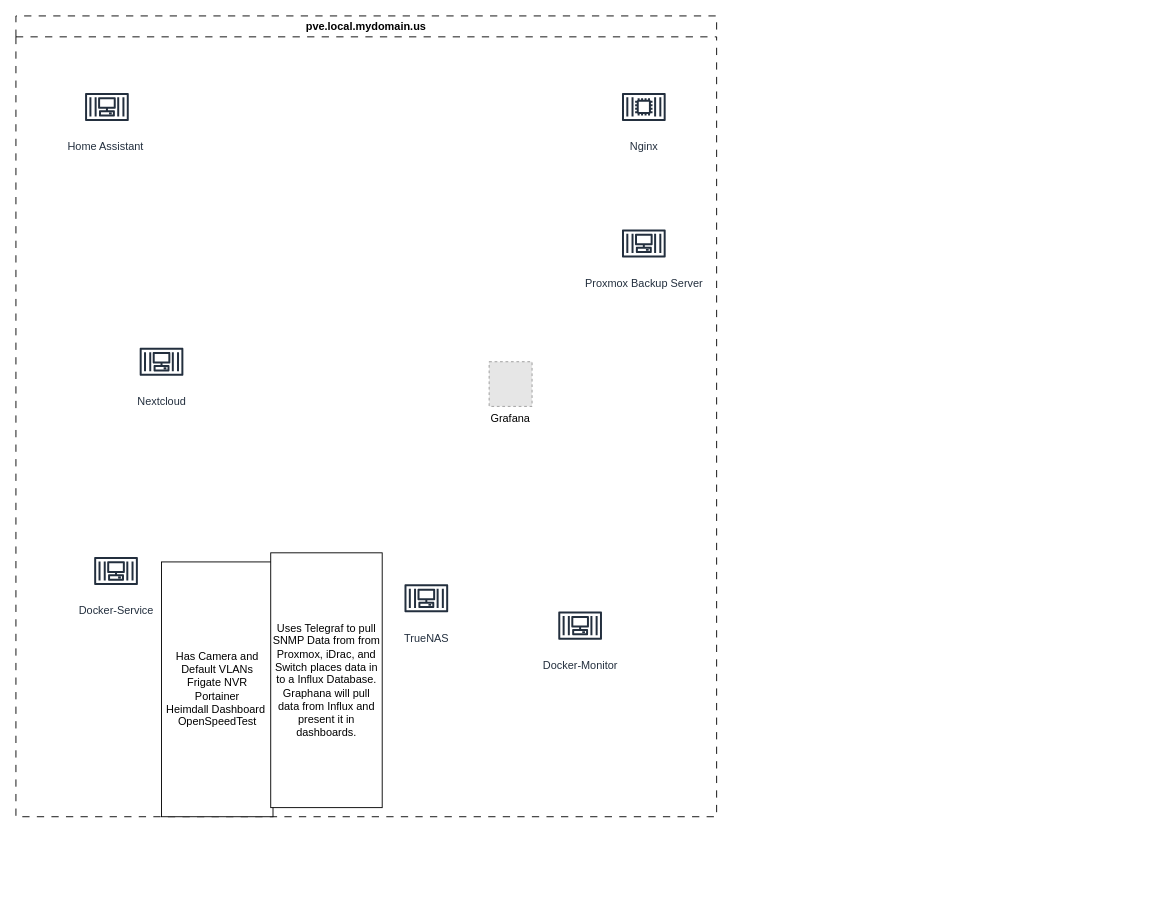
The draw.io diagram VM Diagram.drawio in 01Shimbo/HomeLab, before the edit. Source tidied: cells renumbered, new cells numbered last; positions are measured from the earlier drawing's top-left corner, leaving out a move shared by most shapes. Both pictures are drawn from the tidied source at 91%, with x=0, y=0 at pixel (15, 15). Pictures stored in the file or linked from it are replaced by grey dashed boxes.
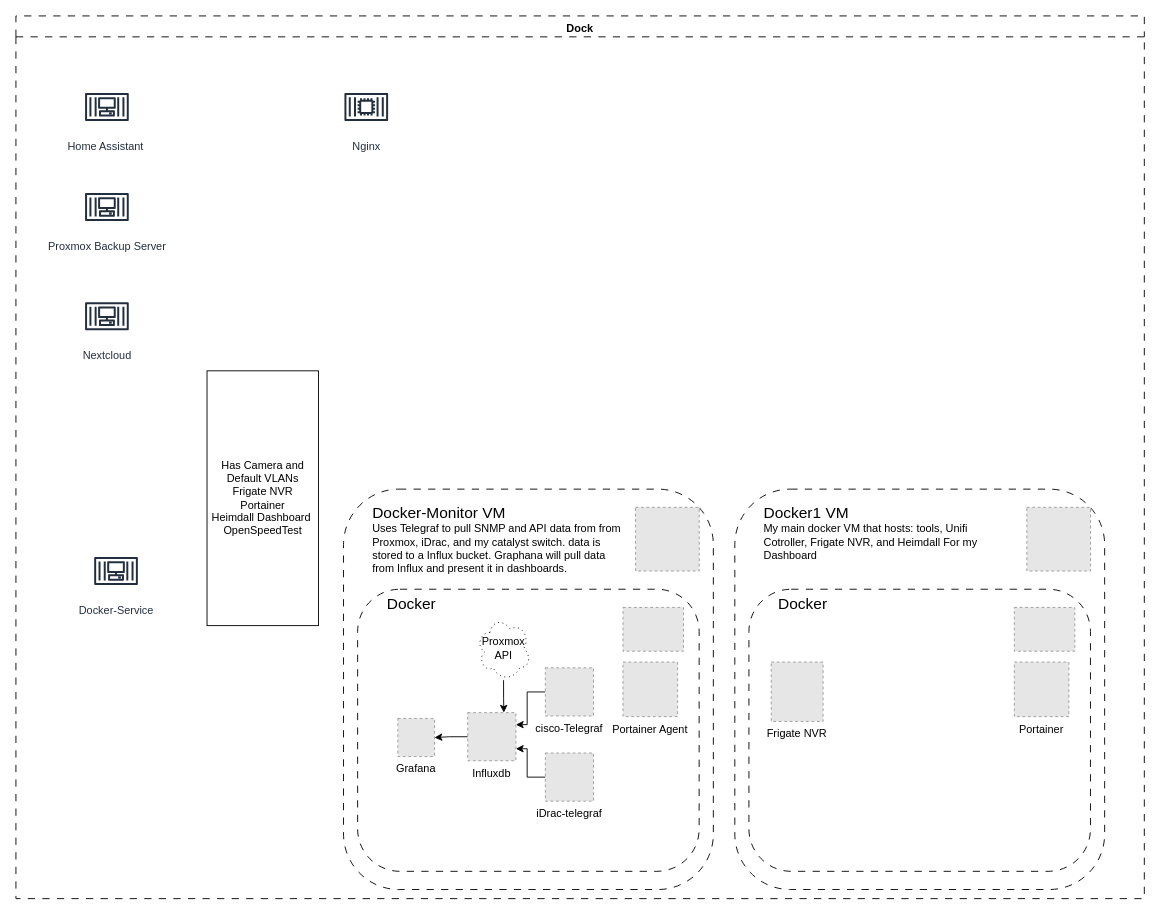
After the change.

Change to the diagram source:
```diff
@@
-    <mxCell id="2" value="pve.local.mydomain.us" style="swimlane;dashed=1;dashPattern=8 8;" parent="1" vertex="1">
-      <mxGeometry width="770" height="880" as="geometry" />
+    <mxCell id="2" value="Dock" style="swimlane;dashed=1;dashPattern=8 8;verticalAlign=top;" parent="1" vertex="1">
+      <mxGeometry width="1240" height="970" as="geometry" />
     </mxCell>
     <mxCell id="3" value="&lt;div&gt;Nginx&lt;/div&gt;&lt;div&gt;&lt;br&gt;&lt;/div&gt;" style="sketch=0;fontColor=#232F3E;gradientColor=none;strokeColor=#232F3E;fillColor=#ffffff;dashed=0;verticalLabelPosition=bottom;verticalAlign=top;align=center;html=1;fontSize=12;fontStyle=0;shape=mxgraph.aws4.resourceIcon;resIcon=mxgraph.aws4.container_2;" parent="2" vertex="1">
-      <mxGeometry x="660" y="70" width="60" height="60" as="geometry" />
+      <mxGeometry x="355" y="70" width="60" height="60" as="geometry" />
     </mxCell>
@@
-    <mxCell id="5" value="&lt;div&gt;Has Camera and Default VLANs&lt;/div&gt;&lt;div&gt;Frigate NVR&lt;/div&gt;&lt;div&gt;Portainer&lt;/div&gt;&lt;div&gt;Heimdall Dashboard&amp;nbsp;&lt;/div&gt;&lt;div&gt;OpenSpeedTest&lt;/div&gt;" style="rounded=0;whiteSpace=wrap;html=1;" parent="2" vertex="1">
-      <mxGeometry x="160" y="600" width="122.5" height="280" as="geometry" />
-    </mxCell>
-    <mxCell id="6" value="&lt;div&gt;Uses Telegraf to pull SNMP Data from from Proxmox, iDrac, and Switch places data in to a Influx Database. Graphana will pull data from Influx and present it in dashboards.&lt;/div&gt;" style="rounded=0;whiteSpace=wrap;html=1;" parent="2" vertex="1">
-      <mxGeometry x="280" y="590" width="122.5" height="280" as="geometry" />
-    </mxCell>
-    <mxCell id="7" value="Docker-Monitor" style="sketch=0;fontColor=#232F3E;gradientColor=none;strokeColor=#232F3E;fillColor=#ffffff;dashed=0;verticalLabelPosition=bottom;verticalAlign=top;align=center;html=1;fontSize=12;fontStyle=0;shape=mxgraph.aws4.resourceIcon;resIcon=mxgraph.aws4.container_3;" parent="2" vertex="1">
-      <mxGeometry x="590" y="640" width="60" height="60" as="geometry" />
-    </mxCell>
@@
     <mxCell id="9" value="Nextcloud" style="sketch=0;fontColor=#232F3E;gradientColor=none;strokeColor=#232F3E;fillColor=#ffffff;dashed=0;verticalLabelPosition=bottom;verticalAlign=top;align=center;html=1;fontSize=12;fontStyle=0;shape=mxgraph.aws4.resourceIcon;resIcon=mxgraph.aws4.container_3;" parent="2" vertex="1">
-      <mxGeometry x="130" y="350" width="60" height="60" as="geometry" />
+      <mxGeometry x="70" y="300" width="60" height="60" as="geometry" />
     </mxCell>
     <mxCell id="10" value="Proxmox Backup Server" style="sketch=0;fontColor=#232F3E;gradientColor=none;strokeColor=#232F3E;fillColor=#ffffff;dashed=0;verticalLabelPosition=bottom;verticalAlign=top;align=center;html=1;fontSize=12;fontStyle=0;shape=mxgraph.aws4.resourceIcon;resIcon=mxgraph.aws4.container_3;" parent="2" vertex="1">
-      <mxGeometry x="660" y="220" width="60" height="60" as="geometry" />
+      <mxGeometry x="70" y="180" width="60" height="60" as="geometry" />
     </mxCell>
-    <mxCell id="11" value="TrueNAS" style="sketch=0;fontColor=#232F3E;gradientColor=none;strokeColor=#232F3E;fillColor=#ffffff;dashed=0;verticalLabelPosition=bottom;verticalAlign=top;align=center;html=1;fontSize=12;fontStyle=0;shape=mxgraph.aws4.resourceIcon;resIcon=mxgraph.aws4.container_3;" parent="2" vertex="1">
-      <mxGeometry x="421" y="610" width="60" height="60" as="geometry" />
-    </mxCell>
+    <mxCell id="13" style="group;" parent="2" vertex="1">
+      <mxGeometry x="360" y="520" width="406.4" height="440" as="geometry" />
+    </mxCell>
+    <mxCell id="14" value="&lt;div align=&quot;left&quot; style=&quot;padding-left: 30px; margin-top: 10px;&quot;&gt;&lt;font style=&quot;font-size: 17px;&quot;&gt;Docker-Monitor VM&lt;/font&gt;&lt;/div&gt;&lt;div align=&quot;left&quot; style=&quot;padding-left: 30px; margin-right: 100px;&quot;&gt;Uses Telegraf to pull SNMP and API data from from Proxmox, iDrac, and my catalyst switch. data is stored to a Influx bucket. Graphana will pull data from Influx and present it in dashboards.&lt;/div&gt;" style="rounded=1;whiteSpace=wrap;html=1;strokeColor=light-dark(#000000,#FFE599);dashed=1;dashPattern=8 8;verticalAlign=top;align=left;" parent="13" vertex="1">
+      <mxGeometry width="406.4" height="440" as="geometry" />
+    </mxCell>
+    <mxCell id="15" style="fillColor=#E6E6E6;strokeColor=#999999;dashed=1;verticalLabelPosition=bottom;labelBackgroundColor=default;verticalAlign=top;" parent="13" vertex="1">
+      <mxGeometry x="320.9" y="20" width="70" height="70" as="geometry" />
+    </mxCell>
+    <mxCell id="16" value="&lt;font style=&quot;font-size: 17px; color: light-dark(rgb(0, 0, 0), rgb(53, 132, 228));&quot;&gt;Docker&lt;/font&gt;" style="rounded=1;whiteSpace=wrap;html=1;strokeColor=light-dark(#000000,#3584E4);dashed=1;dashPattern=8 8;verticalAlign=top;align=left;spacingLeft=30;" parent="13" vertex="1">
+      <mxGeometry x="15.5" y="110" width="375.3" height="310" as="geometry" />
+    </mxCell>
+    <mxCell id="17" style="fillColor=#E6E6E6;strokeColor=#999999;dashed=1;verticalLabelPosition=bottom;labelBackgroundColor=default;verticalAlign=top;" parent="13" vertex="1">
+      <mxGeometry x="307.1" y="130" width="66.5" height="48.1" as="geometry" />
+    </mxCell>
-    <mxCell id="12" value="Grafana&#10;" style="fillColor=#E6E6E6;strokeColor=#999999;dashed=1;verticalLabelPosition=bottom;labelBackgroundColor=default;verticalAlign=top;" parent="2" vertex="1">
-      <mxGeometry x="520" y="380" width="47.2" height="49.1" as="geometry" />
+    <mxCell id="12" value="Grafana&#10;" style="fillColor=#E6E6E6;strokeColor=#999999;dashed=1;verticalLabelPosition=bottom;labelBackgroundColor=default;verticalAlign=top;" parent="13" vertex="1">
+      <mxGeometry x="59.7" y="252" width="40.3" height="41.9" as="geometry" />
     </mxCell>
+    <mxCell id="18" style="edgeStyle=orthogonalEdgeStyle;rounded=0;jettySize=auto;html=1;" parent="13" edge="1" source="19" target="12">
+      <mxGeometry relative="1" as="geometry" />
+    </mxCell>
+    <mxCell id="19" value="Influxdb" style="fillColor=#E6E6E6;strokeColor=#999999;dashed=1;verticalLabelPosition=bottom;labelBackgroundColor=default;verticalAlign=top;" parent="13" vertex="1">
+      <mxGeometry x="136.5" y="245.6" width="52.9" height="52.9" as="geometry" />
+    </mxCell>
+    <mxCell id="20" style="edgeStyle=orthogonalEdgeStyle;rounded=0;jettySize=auto;html=1;entryX=1;entryY=0.25;entryDx=0;entryDy=0;" parent="13" edge="1" source="21" target="19">
+      <mxGeometry relative="1" as="geometry" />
+    </mxCell>
+    <mxCell id="21" value="cisco-Telegraf" style="fillColor=#E6E6E6;strokeColor=#999999;dashed=1;verticalLabelPosition=bottom;labelBackgroundColor=default;verticalAlign=top;" parent="13" vertex="1">
+      <mxGeometry x="221.8" y="196.4" width="52.9" height="52.9" as="geometry" />
+    </mxCell>
+    <mxCell id="22" style="edgeStyle=orthogonalEdgeStyle;rounded=0;jettySize=auto;html=1;entryX=1;entryY=0.75;entryDx=0;entryDy=0;" parent="13" edge="1" source="23" target="19">
+      <mxGeometry relative="1" as="geometry" />
+    </mxCell>
+    <mxCell id="23" value="iDrac-telegraf" style="fillColor=#E6E6E6;strokeColor=#999999;dashed=1;verticalLabelPosition=bottom;labelBackgroundColor=default;verticalAlign=top;" parent="13" vertex="1">
+      <mxGeometry x="221.8" y="290" width="52.9" height="52.9" as="geometry" />
+    </mxCell>
+    <mxCell id="24" style="edgeStyle=orthogonalEdgeStyle;rounded=0;jettySize=auto;html=1;entryX=0.75;entryY=0;entryDx=0;entryDy=0;" parent="13" edge="1" source="25" target="19">
+      <mxGeometry relative="1" as="geometry" />
+    </mxCell>
+    <mxCell id="25" value="Proxmox API" style="ellipse;shape=cloud;whiteSpace=wrap;html=1;dashed=1;dashPattern=1 4;" parent="13" vertex="1">
+      <mxGeometry x="146" y="140" width="59.7" height="70" as="geometry" />
+    </mxCell>
+    <mxCell id="26" value="Portainer Agent&#10;" style="fillColor=#E6E6E6;strokeColor=#999999;dashed=1;verticalLabelPosition=bottom;labelBackgroundColor=default;verticalAlign=top;" parent="13" vertex="1">
+      <mxGeometry x="307.1" y="190" width="60" height="60" as="geometry" />
+    </mxCell>
+    <mxCell id="27" style="group;" parent="2" vertex="1">
+      <mxGeometry x="790" y="520" width="406.4" height="440" as="geometry" />
+    </mxCell>
+    <mxCell id="28" value="&lt;div align=&quot;left&quot; style=&quot;padding-left: 30px; margin-top: 10px;&quot;&gt;&lt;font style=&quot;font-size: 17px;&quot;&gt;Docker1 VM&lt;/font&gt;&lt;/div&gt;&lt;div align=&quot;left&quot; style=&quot;padding-left: 30px; margin-right: 100px;&quot;&gt;My main docker VM that hosts: tools, Unifi Cotroller, Frigate NVR, and Heimdall For my Dashboard&lt;/div&gt;" style="rounded=1;whiteSpace=wrap;html=1;strokeColor=light-dark(#000000,#FFE599);dashed=1;dashPattern=8 8;verticalAlign=top;align=left;" parent="27" vertex="1">
+      <mxGeometry width="406.4" height="440" as="geometry" />
+    </mxCell>
+    <mxCell id="29" style="fillColor=#E6E6E6;strokeColor=#999999;dashed=1;verticalLabelPosition=bottom;labelBackgroundColor=default;verticalAlign=top;" parent="27" vertex="1">
+      <mxGeometry x="320.9" y="20" width="70" height="70" as="geometry" />
+    </mxCell>
+    <mxCell id="30" value="&lt;font style=&quot;font-size: 17px; color: light-dark(rgb(0, 0, 0), rgb(53, 132, 228));&quot;&gt;Docker&lt;/font&gt;" style="rounded=1;whiteSpace=wrap;html=1;strokeColor=light-dark(#000000,#3584E4);dashed=1;dashPattern=8 8;verticalAlign=top;align=left;spacingLeft=30;" parent="27" vertex="1">
+      <mxGeometry x="15.5" y="110" width="375.3" height="310" as="geometry" />
+    </mxCell>
+    <mxCell id="31" style="fillColor=#E6E6E6;strokeColor=#999999;dashed=1;verticalLabelPosition=bottom;labelBackgroundColor=default;verticalAlign=top;" parent="27" vertex="1">
+      <mxGeometry x="307.1" y="130" width="66.5" height="48.1" as="geometry" />
+    </mxCell>
+    <mxCell id="32" value="Portainer" style="fillColor=#E6E6E6;strokeColor=#999999;dashed=1;verticalLabelPosition=bottom;labelBackgroundColor=default;verticalAlign=top;" parent="27" vertex="1">
+      <mxGeometry x="307.1" y="190" width="60" height="60" as="geometry" />
+    </mxCell>
+    <mxCell id="33" value="Frigate NVR" style="fillColor=#E6E6E6;strokeColor=#999999;dashed=1;verticalLabelPosition=bottom;labelBackgroundColor=default;verticalAlign=top;" parent="27" vertex="1">
+      <mxGeometry x="40" y="190" width="57" height="65.3" as="geometry" />
+    </mxCell>
+    <mxCell id="5" value="&lt;div&gt;Has Camera and Default VLANs&lt;/div&gt;&lt;div&gt;Frigate NVR&lt;/div&gt;&lt;div&gt;Portainer&lt;/div&gt;&lt;div&gt;Heimdall Dashboard&amp;nbsp;&lt;/div&gt;&lt;div&gt;OpenSpeedTest&lt;/div&gt;" style="rounded=0;whiteSpace=wrap;html=1;" parent="2" vertex="1">
+      <mxGeometry x="210" y="390" width="122.5" height="280" as="geometry" />
+    </mxCell>
```
